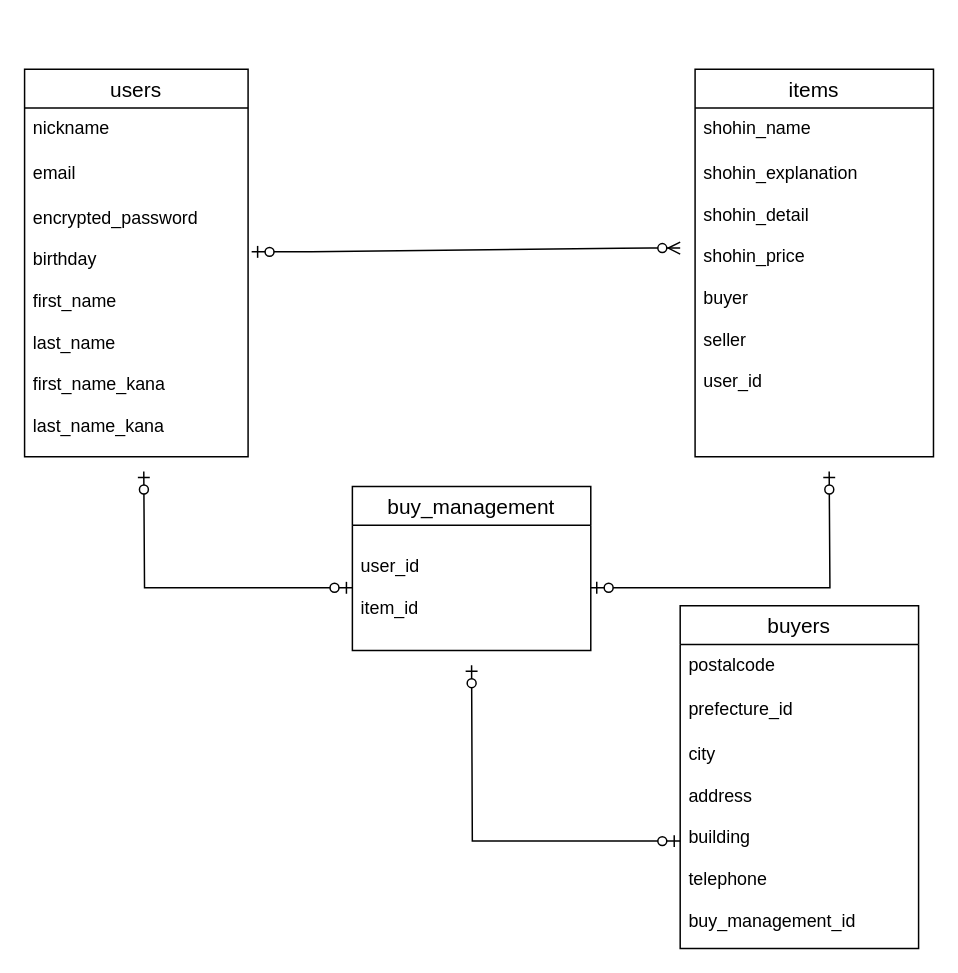
Earlier version of the draw.io diagram furima.dio (shota-nakamoto/furima-36234). Source tidied: cells renumbered, new cells numbered last; positions are measured from the earlier drawing's top-left corner, leaving out a move shared by most shapes. Both pictures are drawn from the tidied source at 149%, with x=0, y=0 at pixel (24, 69).
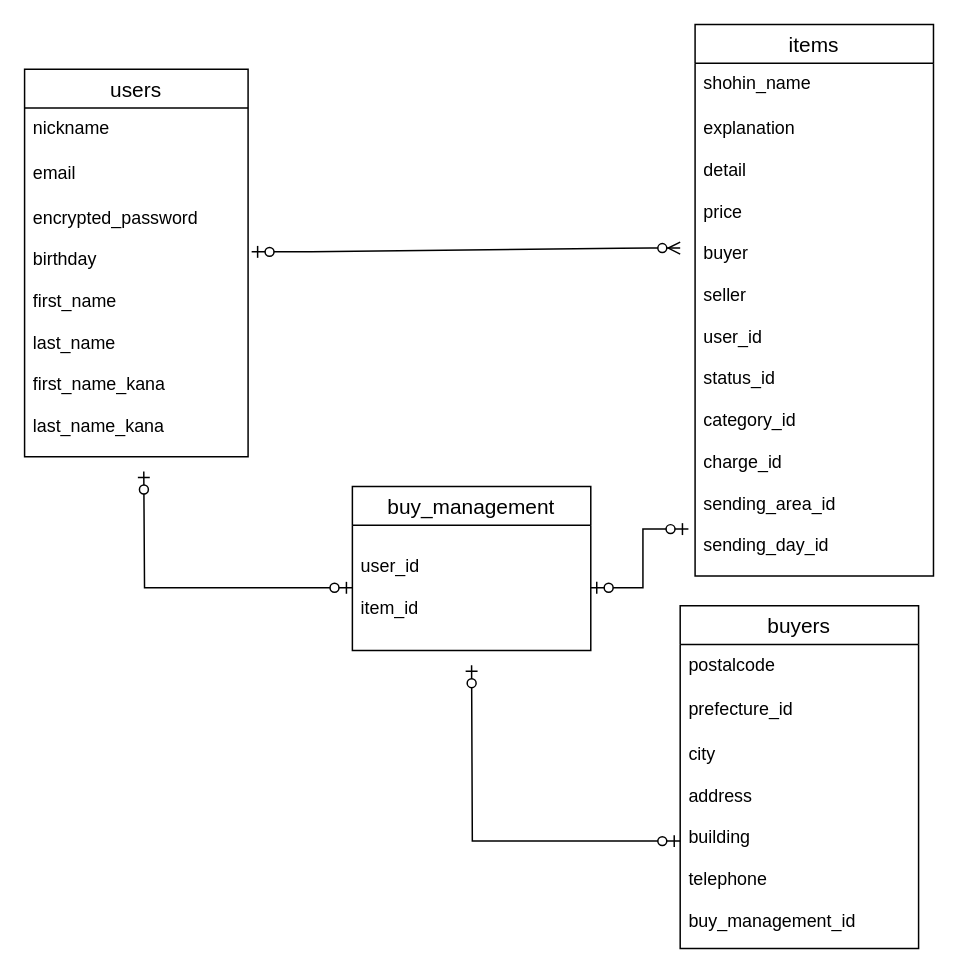
After the change.

The change refers to these unchanged cells:
```xml
<mxCell id="14" value="&#10;user_id&#10;&#10;item_id" style="text;strokeColor=none;fillColor=none;spacingLeft=4;spacingRight=4;overflow=hidden;points=[[0,0.5],[1,0.5]];portConstraint=eastwest;fontSize=12;" parent="13" vertex="1">
  <mxGeometry y="26" width="160" height="84" as="geometry" />
</mxCell>
```

Diff of the diagram source:
```diff
@@
     <mxCell id="6" value="items" style="swimlane;fontStyle=0;horizontal=1;startSize=26;align=center;fontSize=14;" parent="1" vertex="1">
-      <mxGeometry x="450" width="160" height="260" as="geometry" />
+      <mxGeometry x="450" y="-30" width="160" height="370" as="geometry" />
     </mxCell>
@@
-    <mxCell id="8" value="shohin_explanation&#10;&#10;shohin_detail&#10;&#10;shohin_price&#10;&#10;buyer&#10;&#10;seller&#10;&#10;user_id" style="text;strokeColor=none;fillColor=none;spacingLeft=4;spacingRight=4;overflow=hidden;points=[[0,0.5],[1,0.5]];portConstraint=eastwest;fontSize=12;" parent="6" vertex="1">
-      <mxGeometry y="56" width="160" height="204" as="geometry" />
+    <mxCell id="8" value="explanation&#10;&#10;detail&#10;&#10;price&#10;&#10;buyer&#10;&#10;seller&#10;&#10;user_id&#10;&#10;status_id&#10;&#10;category_id&#10;&#10;charge_id&#10;&#10;sending_area_id&#10;&#10;sending_day_id&#10;" style="text;strokeColor=none;fillColor=none;spacingLeft=4;spacingRight=4;overflow=hidden;points=[[0,0.5],[1,0.5]];portConstraint=eastwest;fontSize=12;" parent="6" vertex="1">
+      <mxGeometry y="56" width="160" height="314" as="geometry" />
     </mxCell>
@@
-    <mxCell id="17" style="edgeStyle=orthogonalEdgeStyle;rounded=0;jettySize=auto;html=1;exitX=1;exitY=0.5;exitDx=0;exitDy=0;startArrow=ERzeroToOne;startFill=1;endArrow=ERzeroToOne;endFill=1;" parent="1" edge="1" source="14">
-      <mxGeometry relative="1" as="geometry">
-        <mxPoint x="540" y="270" as="targetPoint" />
-      </mxGeometry>
-    </mxCell>
@@
+    <mxCell id="19" style="edgeStyle=orthogonalEdgeStyle;rounded=0;jettySize=auto;html=1;exitX=1;exitY=0.5;exitDx=0;exitDy=0;entryX=-0.028;entryY=0.9;entryDx=0;entryDy=0;entryPerimeter=0;startArrow=ERzeroToOne;startFill=1;endArrow=ERzeroToOne;endFill=1;" parent="1" edge="1" source="14" target="8">
+      <mxGeometry relative="1" as="geometry" />
+    </mxCell>
```
